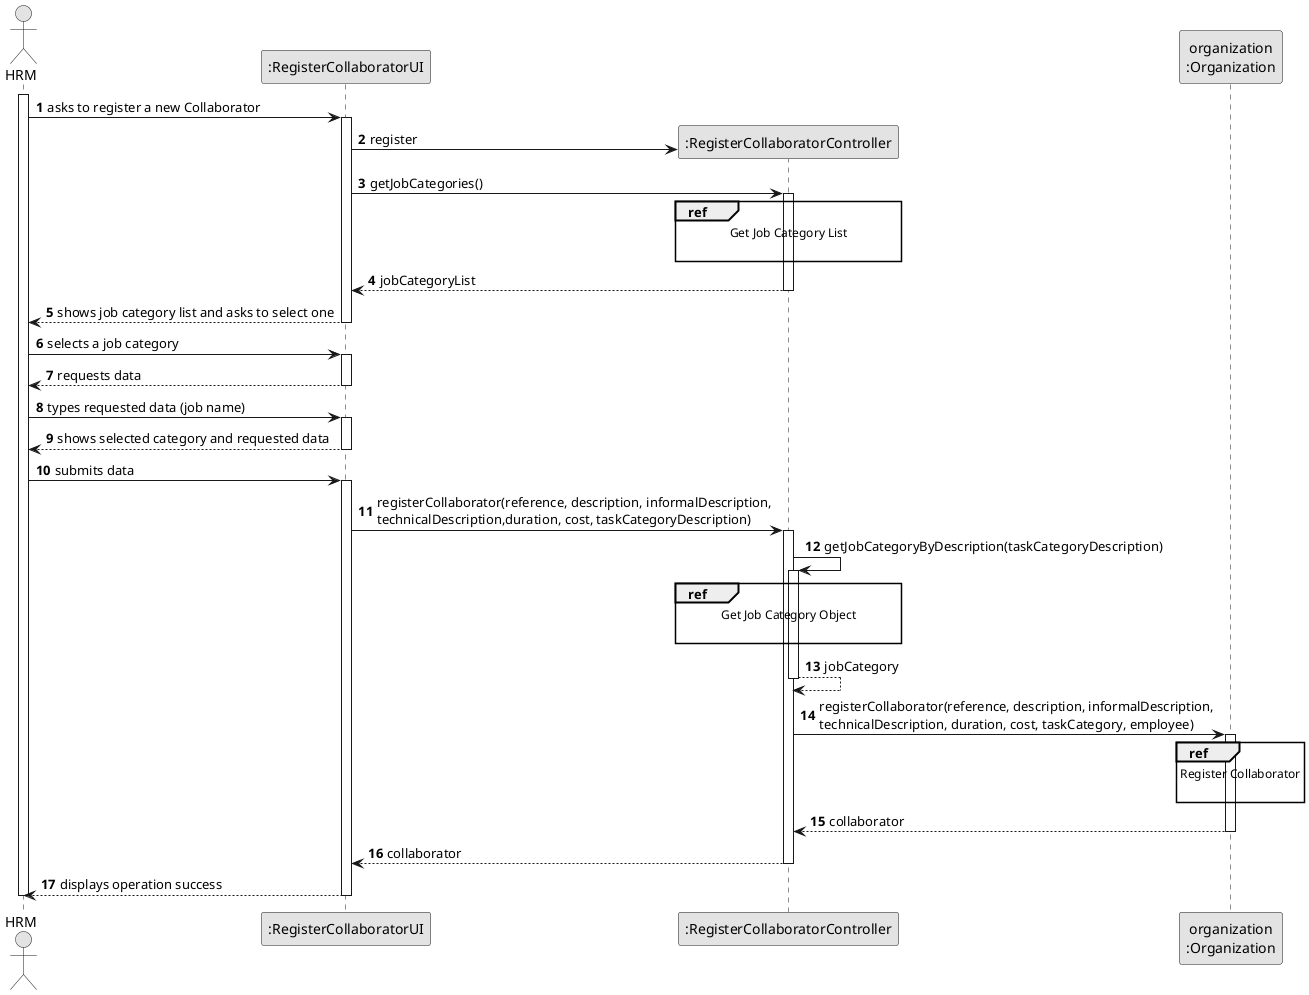
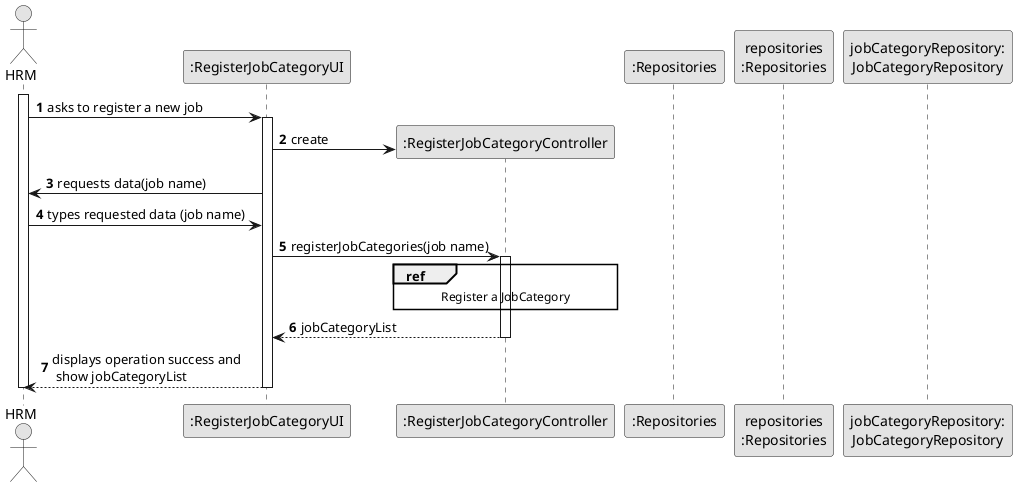
@startuml
skinparam monochrome true
skinparam packageStyle rectangle
skinparam shadowing false

autonumber

'hide footbox
- actor "HRM" as ADM
- participant ":RegisterCollaboratorUI" as UI
- participant ":RegisterCollaboratorController" as CTRL
- participant "organization\n:Organization" as ORG
+ actor "HRM" as HRM
+ participant ":RegisterJobCategoryUI" as UI
+ participant ":RegisterJobCategoryController" as CTRL
+ participant ":Repositories" as RepositorySingleton
+ participant "repositories\n:Repositories" as PLAT
+ participant "jobCategoryRepository:\nJobCategoryRepository" as JobCategoryRepository

- activate ADM

-     ADM -> UI : asks to register a new Collaborator
+ activate HRM

-     activate UI
+         HRM -> UI : asks to register a new job

-         UI -> CTRL** : register
-         UI -> CTRL : getJobCategories()
-         ref over CTRL
-             Get Job Category List
+         activate UI

-         end ref
+ '            UI --> HRM : requests data (reference, description,  informal \n description, technical description, duration, cost)
+             'create CTRL
+             UI -> CTRL** : create

-         activate CTRL
+          UI -> HRM : requests data(job name)
+          HRM -> UI : types requested data (job name)

-             CTRL --> UI : jobCategoryList
-         deactivate CTRL
+             UI -> CTRL : registerJobCategories(job name)

-         UI --> ADM : shows job category list and asks to select one
-     deactivate UI
- 
-     ADM -> UI : selects a job category
-     activate UI
- 
-         UI --> ADM : requests data
-     deactivate UI
- 
-     ADM -> UI : types requested data (job name)
-     activate UI
- 
-         UI --> ADM : shows selected category and requested data
-     deactivate UI
- 
-     ADM -> UI : submits data
-     activate UI
- 
-         UI -> CTRL : registerCollaborator(reference, description, informalDescription,\ntechnicalDescription,duration, cost, taskCategoryDescription)
-         activate CTRL
- 
-             CTRL -> CTRL : getJobCategoryByDescription(taskCategoryDescription)
            activate CTRL

                ref over CTRL
-                     Get Job Category Object
- 
+                         Register a JobCategory
                end ref

-                 CTRL --> CTRL : jobCategory
+                 CTRL --> UI : jobCategoryList
            deactivate CTRL


-             CTRL -> ORG: registerCollaborator(reference, description, informalDescription,\ntechnicalDescription, duration, cost, taskCategory, employee)
-             activate ORG
- 
-                 ref over ORG
-                     Register Collaborator
- 
-                 end
- 
-                 ORG --> CTRL : collaborator
-             deactivate ORG
- 
-             CTRL --> UI: collaborator
-             deactivate CTRL
-             UI --> ADM: displays operation success
+             UI --> HRM : displays operation success and \n show jobCategoryList
    deactivate UI

- deactivate ADM
+ deactivate HRM

@enduml